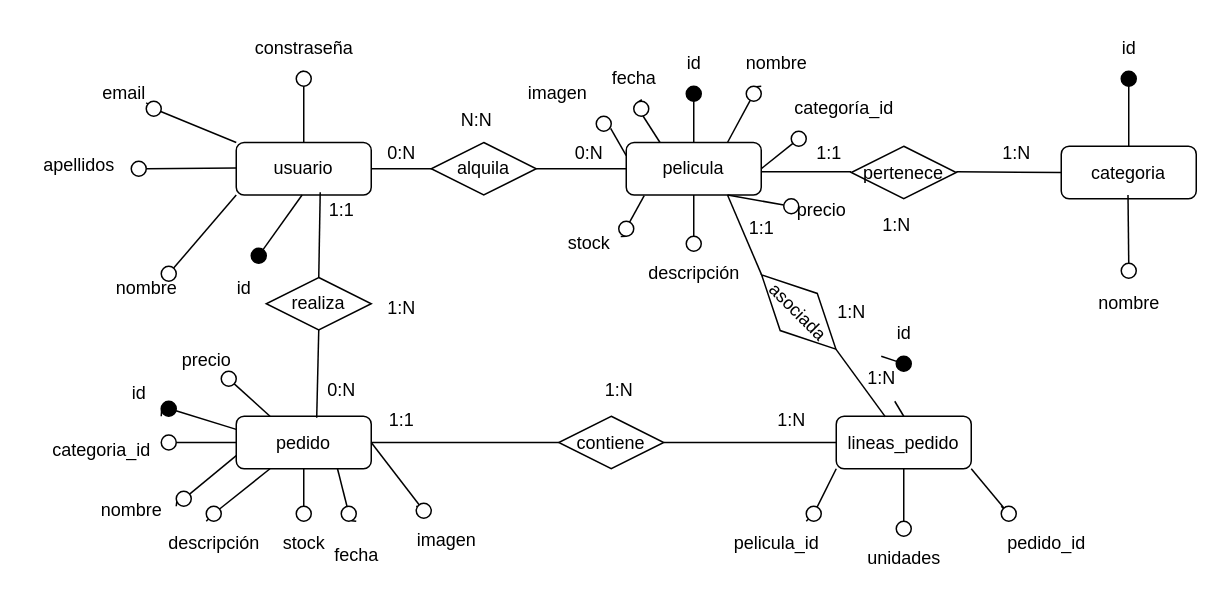
Before: diagrama_entidad_relacion.drawio in Juan-GR123/TFG, a draw.io diagram. Source tidied: cells renumbered, new cells numbered last; positions are measured from the earlier drawing's top-left corner, leaving out a move shared by most shapes. Both pictures are drawn from the tidied source at 150%, with x=0, y=0 at pixel (26, 26).
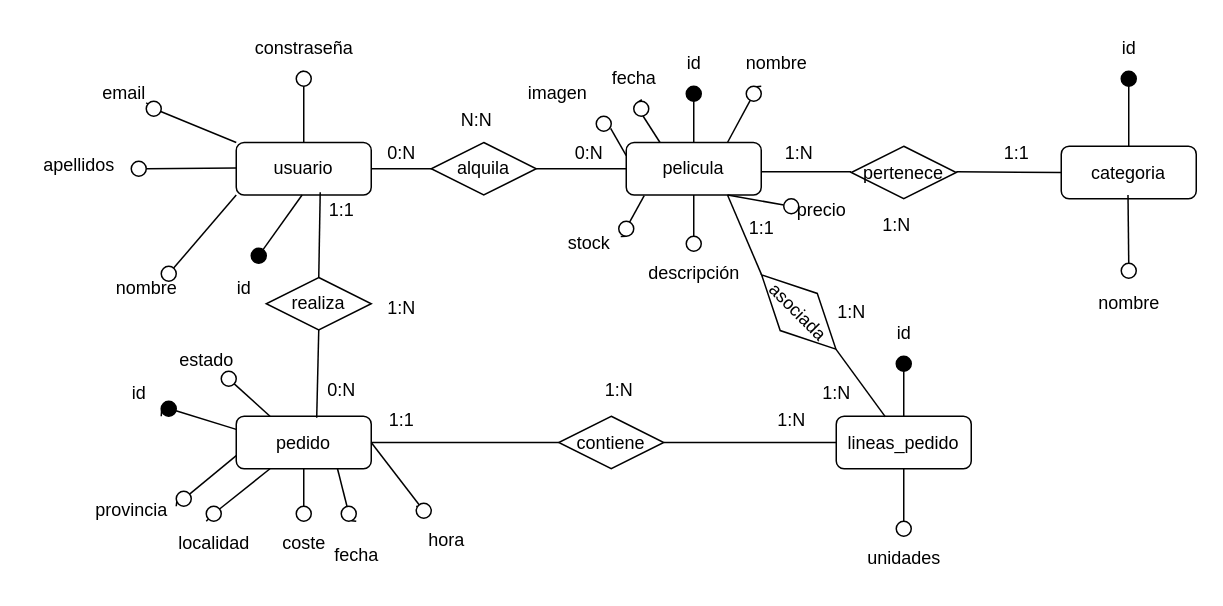
The same diagram, later.

The change refers to these unchanged cells:
```xml
<mxCell id="3" value="pelicula" style="rounded=1;whiteSpace=wrap;html=1;" parent="1" vertex="1">
  <mxGeometry x="400" y="77.5" width="90" height="35" as="geometry" />
</mxCell>
<mxCell id="4" value="pedido" style="rounded=1;whiteSpace=wrap;html=1;" parent="1" vertex="1">
  <mxGeometry x="140" y="260" width="90" height="35" as="geometry" />
</mxCell>
<mxCell id="6" value="lineas_pedido" style="rounded=1;whiteSpace=wrap;html=1;" parent="1" vertex="1">
  <mxGeometry x="540" y="260" width="90" height="35" as="geometry" />
</mxCell>
<mxCell id="72" style="ellipse;whiteSpace=wrap;html=1;fillColor=#000000;" parent="1" vertex="1">
  <mxGeometry x="580" y="220" width="10" height="10" as="geometry" />
</mxCell>
```

What changed in the source:
```diff
@@
-    <mxCell id="30" style="endArrow=none;html=1;rounded=0;entryX=1;entryY=0.5;entryDx=0;entryDy=0;" parent="1" edge="1" source="34" target="3">
-      <mxGeometry relative="1" as="geometry" />
-    </mxCell>
@@
-    <mxCell id="34" style="ellipse;whiteSpace=wrap;html=1;" parent="1" vertex="1">
-      <mxGeometry x="510" y="70" width="10" height="10" as="geometry" />
-    </mxCell>
@@
-    <mxCell id="38" value="categoría_id" style="text;html=1;align=center;verticalAlign=middle;strokeColor=none;fillColor=none;" parent="1" vertex="1">
-      <mxGeometry x="500" y="40" width="90" height="30" as="geometry" />
-    </mxCell>
@@
-    <mxCell id="67" style="endArrow=none;html=1;rounded=0;entryX=0.5;entryY=0;entryDx=0;entryDy=0;" parent="1" edge="1" source="140" target="6">
-      <mxGeometry relative="1" as="geometry" />
-    </mxCell>
@@
-    <mxCell id="69" style="endArrow=none;html=1;rounded=0;entryX=0;entryY=1;entryDx=0;entryDy=0;" parent="1" edge="1" source="76" target="6">
-      <mxGeometry relative="1" as="geometry" />
-    </mxCell>
-    <mxCell id="70" style="endArrow=none;html=1;rounded=0;exitX=1;exitY=1;exitDx=0;exitDy=0;" parent="1" edge="1" source="79">
-      <mxGeometry relative="1" as="geometry">
-        <mxPoint x="650" y="320" as="targetPoint" />
-      </mxGeometry>
-    </mxCell>
@@
-    <mxCell id="75" style="endArrow=none;html=1;rounded=0;entryX=0;entryY=1;entryDx=0;entryDy=0;" parent="1" edge="1" target="76">
-      <mxGeometry relative="1" as="geometry">
-        <mxPoint x="520" y="330" as="sourcePoint" />
-      </mxGeometry>
-    </mxCell>
-    <mxCell id="76" style="ellipse;whiteSpace=wrap;html=1;" parent="1" vertex="1">
-      <mxGeometry x="520" y="320" width="10" height="10" as="geometry" />
-    </mxCell>
@@
-    <mxCell id="78" style="endArrow=none;html=1;rounded=0;exitX=1;exitY=1;exitDx=0;exitDy=0;" parent="1" edge="1" source="6" target="79">
-      <mxGeometry relative="1" as="geometry" />
-    </mxCell>
-    <mxCell id="79" style="ellipse;whiteSpace=wrap;html=1;" parent="1" vertex="1">
-      <mxGeometry x="650" y="320" width="10" height="10" as="geometry" />
-    </mxCell>
-    <mxCell id="80" value="pedido_id" style="text;html=1;align=center;verticalAlign=middle;strokeColor=none;fillColor=none;" parent="1" vertex="1">
-      <mxGeometry x="640" y="330" width="80" height="30" as="geometry" />
-    </mxCell>
@@
-    <mxCell id="82" value="pelicula_id" style="text;html=1;align=center;verticalAlign=middle;strokeColor=none;fillColor=none;" parent="1" vertex="1">
-      <mxGeometry x="460" y="330" width="80" height="30" as="geometry" />
-    </mxCell>
@@
-    <mxCell id="86" style="endArrow=none;html=1;rounded=0;exitX=0;exitY=0.5;exitDx=0;exitDy=0;" parent="1" edge="1" source="92">
+    <mxCell id="86" style="endArrow=none;html=1;rounded=0;exitX=0;exitY=0.5;exitDx=0;exitDy=0;" parent="1" edge="1">
       <mxGeometry relative="1" as="geometry">
+        <mxPoint x="90" y="277.5" as="sourcePoint" />
         <mxPoint x="90" y="278" as="targetPoint" />
       </mxGeometry>
     </mxCell>
@@
-    <mxCell id="91" style="endArrow=none;html=1;rounded=0;exitX=0;exitY=0.5;exitDx=0;exitDy=0;" parent="1" edge="1" source="4" target="92">
-      <mxGeometry relative="1" as="geometry" />
-    </mxCell>
-    <mxCell id="92" style="ellipse;whiteSpace=wrap;html=1;" parent="1" vertex="1">
-      <mxGeometry x="90" y="272.5" width="10" height="10" as="geometry" />
-    </mxCell>
@@
-    <mxCell id="105" value="categoria_id" style="text;html=1;align=center;verticalAlign=middle;strokeColor=none;fillColor=none;" parent="1" vertex="1">
-      <mxGeometry x="5" y="268" width="90" height="30" as="geometry" />
-    </mxCell>
-    <mxCell id="106" value="nombre" style="text;html=1;align=center;verticalAlign=middle;strokeColor=none;fillColor=none;" parent="1" vertex="1">
-      <mxGeometry x="40" y="308" width="60" height="30" as="geometry" />
+    <mxCell id="106" value="provincia" style="text;html=1;align=center;verticalAlign=middle;strokeColor=none;fillColor=none;" parent="1" vertex="1">
+      <mxGeometry x="35" y="308" width="70" height="30" as="geometry" />
     </mxCell>
-    <mxCell id="107" value="descripción" style="text;html=1;align=center;verticalAlign=middle;strokeColor=none;fillColor=none;" parent="1" vertex="1">
-      <mxGeometry x="85" y="330" width="80" height="30" as="geometry" />
+    <mxCell id="107" value="localidad" style="text;html=1;align=center;verticalAlign=middle;strokeColor=none;fillColor=none;" parent="1" vertex="1">
+      <mxGeometry x="90" y="330" width="70" height="30" as="geometry" />
     </mxCell>
-    <mxCell id="108" value="precio" style="text;html=1;align=center;verticalAlign=middle;strokeColor=none;fillColor=none;" parent="1" vertex="1">
+    <mxCell id="108" value="estado" style="text;html=1;align=center;verticalAlign=middle;strokeColor=none;fillColor=none;" parent="1" vertex="1">
       <mxGeometry x="90" y="208" width="60" height="30" as="geometry" />
     </mxCell>
-    <mxCell id="109" value="stock" style="text;html=1;align=center;verticalAlign=middle;strokeColor=none;fillColor=none;" parent="1" vertex="1">
+    <mxCell id="109" value="coste" style="text;html=1;align=center;verticalAlign=middle;strokeColor=none;fillColor=none;" parent="1" vertex="1">
       <mxGeometry x="160" y="330" width="50" height="30" as="geometry" />
     </mxCell>
@@
-    <mxCell id="111" value="imagen" style="text;html=1;align=center;verticalAlign=middle;strokeColor=none;fillColor=none;" parent="1" vertex="1">
-      <mxGeometry x="250" y="328" width="60" height="30" as="geometry" />
-    </mxCell>
@@
-    <mxCell id="120" value="1:N" style="text;html=1;align=center;verticalAlign=middle;strokeColor=none;fillColor=none;" parent="1" vertex="1">
+    <mxCell id="120" value="1:1" style="text;html=1;align=center;verticalAlign=middle;strokeColor=none;fillColor=none;" parent="1" vertex="1">
       <mxGeometry x="640" y="70" width="40" height="30" as="geometry" />
     </mxCell>
-    <mxCell id="121" value="1:1" style="text;html=1;align=center;verticalAlign=middle;strokeColor=none;fillColor=none;" parent="1" vertex="1">
-      <mxGeometry x="515" y="70" width="40" height="30" as="geometry" />
+    <mxCell id="121" value="1:N" style="text;html=1;align=center;verticalAlign=middle;strokeColor=none;fillColor=none;" parent="1" vertex="1">
+      <mxGeometry x="495" y="70" width="40" height="30" as="geometry" />
     </mxCell>
@@
-    <mxCell id="139" style="endArrow=none;html=1;rounded=0;entryX=0.5;entryY=0;entryDx=0;entryDy=0;" parent="1" edge="1" source="72" target="140">
+    <mxCell id="139" style="endArrow=none;html=1;rounded=0;entryX=0.5;entryY=0;entryDx=0;entryDy=0;" parent="1" edge="1" source="72" target="6">
       <mxGeometry relative="1" as="geometry" />
     </mxCell>
     <mxCell id="140" value="1:N" style="text;html=1;align=center;verticalAlign=middle;points=[];strokeColor=none;fillColor=none;" parent="1" vertex="1">
-      <mxGeometry x="550" y="220" width="40" height="30" as="geometry" />
+      <mxGeometry x="520" y="230" width="40" height="30" as="geometry" />
     </mxCell>
@@
+    <mxCell id="142" value="hora" style="text;html=1;align=center;verticalAlign=middle;strokeColor=none;fillColor=none;" parent="1" vertex="1">
+      <mxGeometry x="255" y="328" width="50" height="30" as="geometry" />
+    </mxCell>
```
